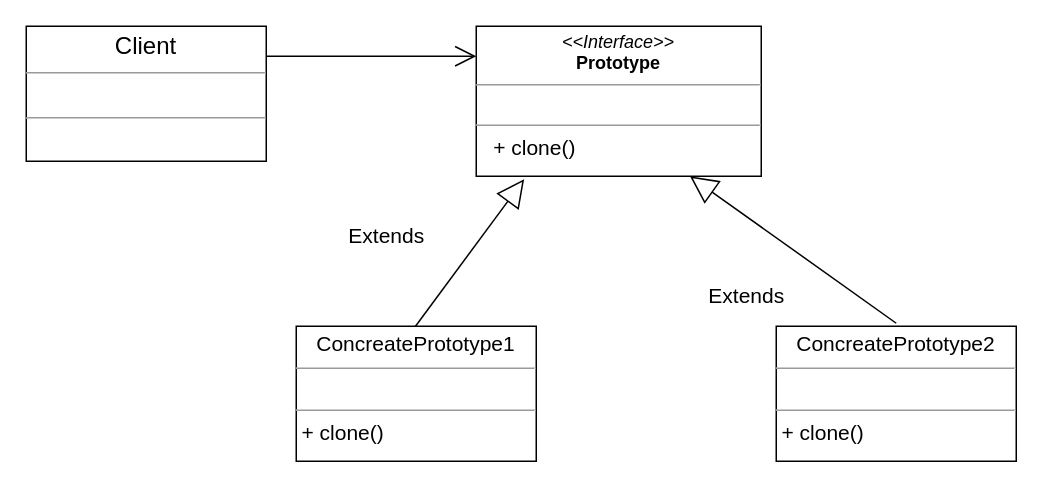
The draw.io diagram creational/prototype/proto.drawio in MaksShadows/Patterns, before the edit. Source tidied: cells renumbered, new cells numbered last; positions are measured from the earlier drawing's top-left corner, leaving out a move shared by most shapes. Both pictures are drawn from the tidied source at 150%, with x=0, y=0 at pixel (26, 26).
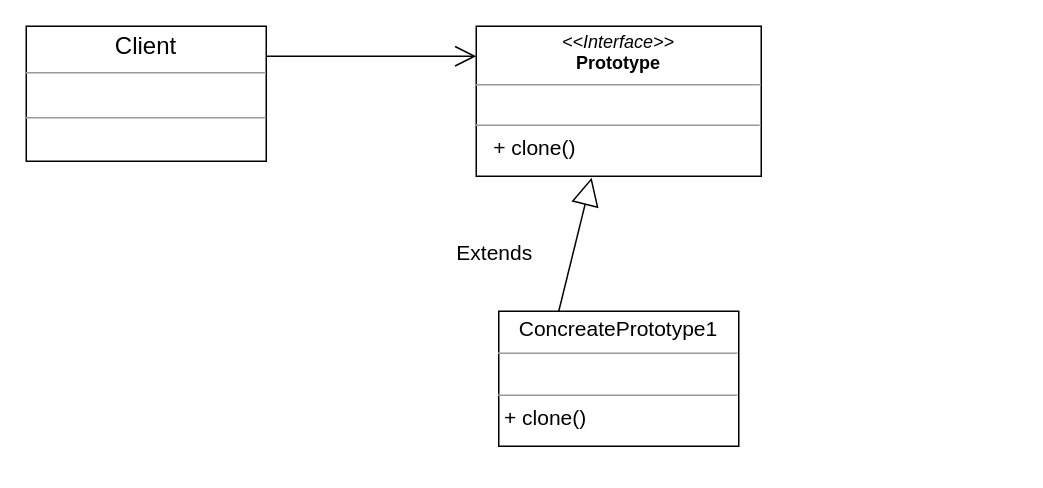
Above is the later version.

Change to the diagram source:
```diff
@@
 <mxGraphModel>
   <root>
     <mxCell id="0" />
     <mxCell id="1" parent="0" />
     <mxCell id="2" value="&lt;p style=&quot;margin: 0px ; margin-top: 4px ; text-align: center&quot;&gt;&lt;i&gt;&amp;lt;&amp;lt;Interface&amp;gt;&amp;gt;&lt;/i&gt;&lt;br&gt;&lt;b&gt;Prototype&lt;/b&gt;&lt;/p&gt;&lt;hr size=&quot;1&quot;&gt;&lt;p style=&quot;margin: 0px ; margin-left: 4px&quot;&gt;&lt;br&gt;&lt;/p&gt;&lt;hr size=&quot;1&quot;&gt;&lt;p style=&quot;text-align: justify ; margin: 0px 0px 0px 4px&quot;&gt;&lt;font style=&quot;font-size: 14px&quot;&gt;&amp;nbsp; + clone()&lt;/font&gt;&lt;/p&gt;" style="verticalAlign=top;align=left;overflow=fill;fontSize=12;fontFamily=Helvetica;html=1;" parent="1" vertex="1">
       <mxGeometry x="300" width="190" height="100" as="geometry" />
     </mxCell>
     <mxCell id="3" value="&lt;p style=&quot;text-align: center ; margin: 4px 0px 0px ; font-size: 14px&quot;&gt;&lt;font style=&quot;font-size: 14px&quot;&gt;ConcreatePrototype1&lt;/font&gt;&lt;/p&gt;&lt;hr size=&quot;1&quot; style=&quot;text-align: justify ; font-size: 14px&quot;&gt;&lt;p style=&quot;text-align: justify ; margin: 0px 0px 0px 4px&quot;&gt;&lt;br&gt;&lt;/p&gt;&lt;hr size=&quot;1&quot; style=&quot;text-align: justify&quot;&gt;&lt;p style=&quot;text-align: justify ; margin: 0px 0px 0px 4px&quot;&gt;&lt;font style=&quot;font-size: 14px&quot;&gt;+ clone()&lt;/font&gt;&lt;/p&gt;" style="verticalAlign=top;align=left;overflow=fill;fontSize=12;fontFamily=Helvetica;html=1;" parent="1" vertex="1">
-      <mxGeometry x="180" y="200" width="160" height="90" as="geometry" />
+      <mxGeometry x="315" y="190" width="160" height="90" as="geometry" />
     </mxCell>
-    <mxCell id="4" value="&lt;p style=&quot;text-align: center ; margin: 4px 0px 0px ; font-size: 14px&quot;&gt;&lt;font style=&quot;font-size: 14px&quot;&gt;ConcreatePrototype2&lt;/font&gt;&lt;/p&gt;&lt;hr size=&quot;1&quot; style=&quot;text-align: justify ; font-size: 14px&quot;&gt;&lt;p style=&quot;text-align: justify ; margin: 0px 0px 0px 4px&quot;&gt;&lt;br&gt;&lt;/p&gt;&lt;hr size=&quot;1&quot; style=&quot;text-align: justify&quot;&gt;&lt;p style=&quot;text-align: justify ; margin: 0px 0px 0px 4px&quot;&gt;&lt;font style=&quot;font-size: 14px&quot;&gt;+ clone()&lt;/font&gt;&lt;/p&gt;" style="verticalAlign=top;align=left;overflow=fill;fontSize=12;fontFamily=Helvetica;html=1;" parent="1" vertex="1">
-      <mxGeometry x="500" y="200" width="160" height="90" as="geometry" />
-    </mxCell>
     <mxCell id="5" value="&lt;p style=&quot;text-align: center ; margin: 4px 0px 0px ; font-size: 16px&quot;&gt;&lt;font style=&quot;font-size: 16px&quot;&gt;Client&lt;/font&gt;&lt;/p&gt;&lt;hr size=&quot;1&quot; style=&quot;text-align: justify ; font-size: 16px&quot;&gt;&lt;p style=&quot;text-align: justify ; margin: 0px 0px 0px 4px&quot;&gt;&lt;br&gt;&lt;/p&gt;&lt;hr size=&quot;1&quot; style=&quot;text-align: justify&quot;&gt;&lt;p style=&quot;text-align: justify ; margin: 0px 0px 0px 4px&quot;&gt;&lt;br&gt;&lt;/p&gt;" style="verticalAlign=top;align=left;overflow=fill;fontSize=12;fontFamily=Helvetica;html=1;" parent="1" vertex="1">
       <mxGeometry width="160" height="90" as="geometry" />
     </mxCell>
     <mxCell id="6" style="endArrow=open;endFill=1;endSize=12;html=1;" parent="1" edge="1">
       <mxGeometry relative="1" as="geometry">
         <mxPoint x="160" y="20" as="sourcePoint" />
         <mxPoint x="300" y="20" as="targetPoint" />
       </mxGeometry>
     </mxCell>
-    <mxCell id="7" value="Extends" style="endArrow=block;endSize=16;endFill=0;html=1;fontSize=14;entryX=0.168;entryY=1.02;entryDx=0;entryDy=0;entryPerimeter=0;" parent="1" edge="1" target="2">
-      <mxGeometry x="-0.4" y="51" relative="1" as="geometry">
-        <mxPoint x="259.5" y="200" as="sourcePoint" />
-      </mxGeometry>
+    <mxCell id="7" value="Extends" style="endArrow=block;endSize=16;endFill=0;html=1;fontSize=14;entryX=0.405;entryY=1.01;entryDx=0;entryDy=0;entryPerimeter=0;exitX=0.25;exitY=0;exitDx=0;exitDy=0;" parent="1" edge="1" source="3" target="2">
+      <mxGeometry x="-0.4" y="51" relative="1" as="geometry" />
     </mxCell>
-    <mxCell id="8" value="Extends" style="endArrow=block;endSize=16;endFill=0;html=1;fontSize=14;entryX=0.75;entryY=1;entryDx=0;entryDy=0;" parent="1" edge="1" target="2">
-      <mxGeometry x="0.09" y="43" relative="1" as="geometry">
-        <mxPoint x="580" y="198" as="sourcePoint" />
-      </mxGeometry>
-    </mxCell>
   </root>
 </mxGraphModel>
```
